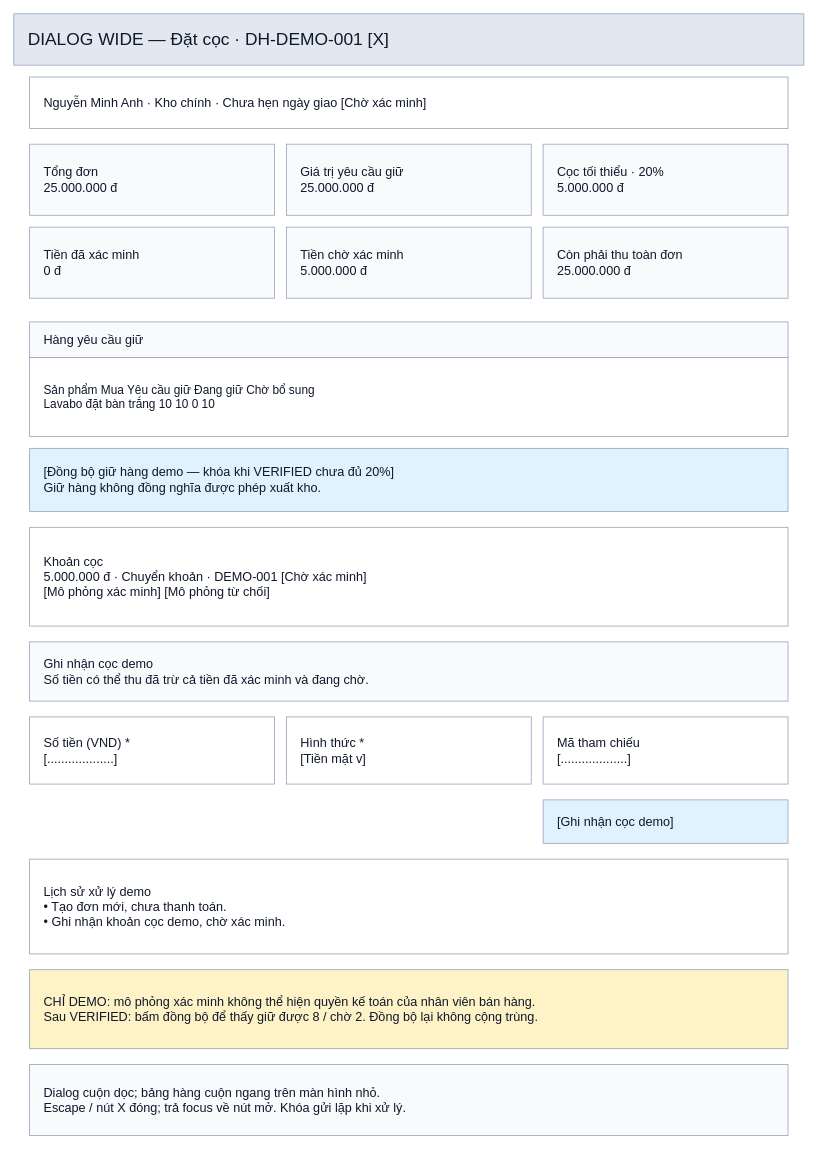
NamPham14/aquasuite-fe keeps this draw.io diagram as page "03 · Chi tiết cọc và giữ hàng" (3 of 6) of docs/specifications/FE-UC29-DEMO.drawio. Above is the earlier version. Source tidied: cells renumbered, new cells numbered last; positions are measured from the earlier drawing's top-left corner, leaving out a move shared by most shapes. Both pictures are drawn from the tidied source at 79%, with x=0, y=0 at pixel (13, 13).
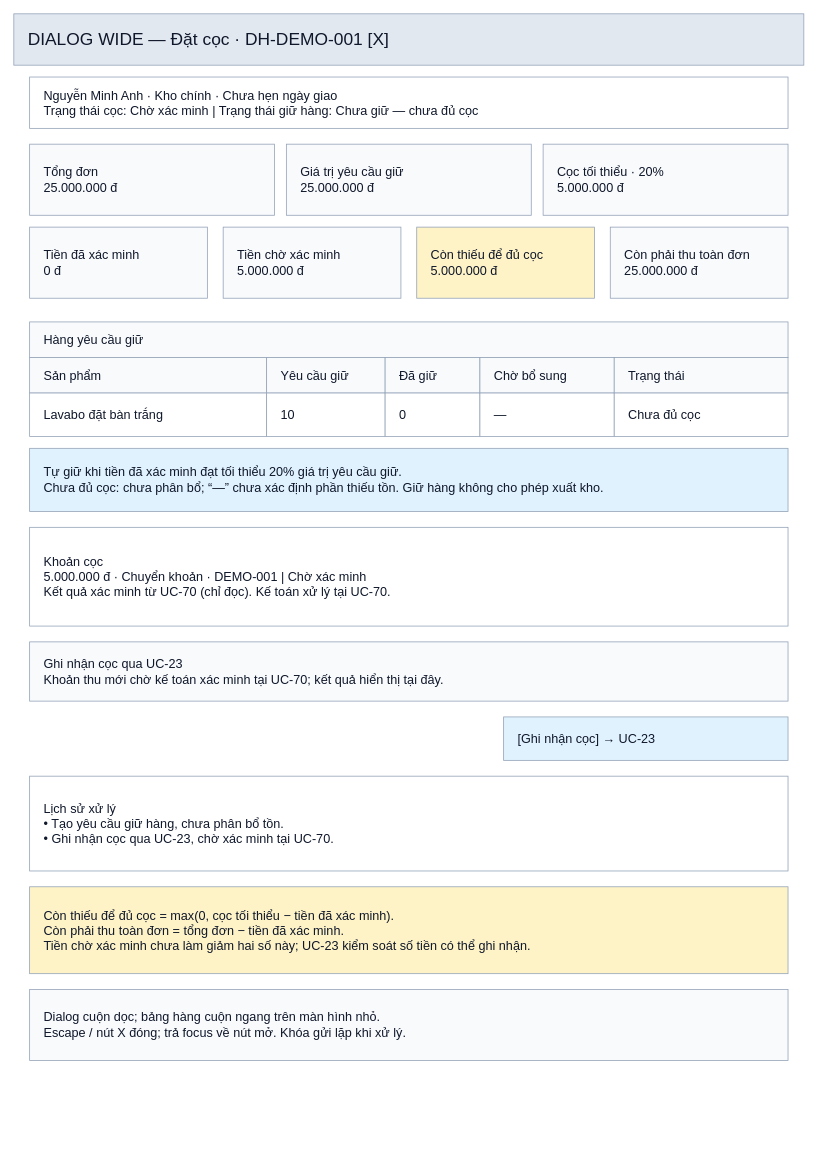
The same page after the edit.

What changed in the source:
```diff
@@
-    <mxCell id="3" value="Nguyễn Minh Anh · Kho chính · Chưa hẹn ngày giao                  [Chờ xác minh]" style="rounded=0;whiteSpace=wrap;html=0;fillColor=#ffffff;strokeColor=#94a3b8;fontColor=#0f172a;fontSize=16;align=left;verticalAlign=middle;spacingLeft=16;spacingRight=12;" parent="1" vertex="1">
+    <mxCell id="3" value="Nguyễn Minh Anh · Kho chính · Chưa hẹn ngày giao&#10;Trạng thái cọc: Chờ xác minh   |   Trạng thái giữ hàng: Chưa giữ — chưa đủ cọc" style="rounded=0;whiteSpace=wrap;html=0;fillColor=#ffffff;strokeColor=#94a3b8;fontColor=#0f172a;fontSize=16;align=left;verticalAlign=middle;spacingLeft=16;spacingRight=12;" parent="1" vertex="1">
       <mxGeometry x="20" y="80" width="960" height="65" as="geometry" />
     </mxCell>
@@
     <mxCell id="7" value="Tiền đã xác minh&#10;0 đ" style="rounded=0;whiteSpace=wrap;html=0;fillColor=#f8fafc;strokeColor=#94a3b8;fontColor=#0f172a;fontSize=16;align=left;verticalAlign=middle;spacingLeft=16;spacingRight=12;" parent="1" vertex="1">
-      <mxGeometry x="20" y="270" width="310" height="90" as="geometry" />
+      <mxGeometry x="20" y="270" width="225" height="90" as="geometry" />
     </mxCell>
     <mxCell id="8" value="Tiền chờ xác minh&#10;5.000.000 đ" style="rounded=0;whiteSpace=wrap;html=0;fillColor=#f8fafc;strokeColor=#94a3b8;fontColor=#0f172a;fontSize=16;align=left;verticalAlign=middle;spacingLeft=16;spacingRight=12;" parent="1" vertex="1">
-      <mxGeometry x="345" y="270" width="310" height="90" as="geometry" />
+      <mxGeometry x="265" y="270" width="225" height="90" as="geometry" />
     </mxCell>
     <mxCell id="9" value="Còn phải thu toàn đơn&#10;25.000.000 đ" style="rounded=0;whiteSpace=wrap;html=0;fillColor=#f8fafc;strokeColor=#94a3b8;fontColor=#0f172a;fontSize=16;align=left;verticalAlign=middle;spacingLeft=16;spacingRight=12;" parent="1" vertex="1">
-      <mxGeometry x="670" y="270" width="310" height="90" as="geometry" />
+      <mxGeometry x="755" y="270" width="225" height="90" as="geometry" />
     </mxCell>
@@
-    <mxCell id="11" value="Sản phẩm                       Mua         Yêu cầu giữ         Đang giữ         Chờ bổ sung&#10;Lavabo đặt bàn trắng           10          10                  0                 10" style="rounded=0;whiteSpace=wrap;html=0;fillColor=#ffffff;strokeColor=#94a3b8;fontColor=#0f172a;fontSize=15;align=left;verticalAlign=middle;spacingLeft=16;spacingRight=12;" parent="1" vertex="1">
-      <mxGeometry x="20" y="435" width="960" height="100" as="geometry" />
-    </mxCell>
-    <mxCell id="12" value="[Đồng bộ giữ hàng demo — khóa khi VERIFIED chưa đủ 20%]&#10;Giữ hàng không đồng nghĩa được phép xuất kho." style="rounded=0;whiteSpace=wrap;html=0;fillColor=#e0f2fe;strokeColor=#94a3b8;fontColor=#0f172a;fontSize=16;align=left;verticalAlign=middle;spacingLeft=16;spacingRight=12;" parent="1" vertex="1">
+    <mxCell id="12" value="Tự giữ khi tiền đã xác minh đạt tối thiểu 20% giá trị yêu cầu giữ.&#10;Chưa đủ cọc: chưa phân bổ; “—” chưa xác định phần thiếu tồn. Giữ hàng không cho phép xuất kho." style="rounded=0;whiteSpace=wrap;html=0;fillColor=#e0f2fe;strokeColor=#94a3b8;fontColor=#0f172a;fontSize=16;align=left;verticalAlign=middle;spacingLeft=16;spacingRight=12;" parent="1" vertex="1">
       <mxGeometry x="20" y="550" width="960" height="80" as="geometry" />
     </mxCell>
-    <mxCell id="13" value="Khoản cọc&#10;5.000.000 đ · Chuyển khoản · DEMO-001                  [Chờ xác minh]&#10;[Mô phỏng xác minh]       [Mô phỏng từ chối]" style="rounded=0;whiteSpace=wrap;html=0;fillColor=#ffffff;strokeColor=#94a3b8;fontColor=#0f172a;fontSize=16;align=left;verticalAlign=middle;spacingLeft=16;spacingRight=12;" parent="1" vertex="1">
+    <mxCell id="13" value="Khoản cọc&#10;5.000.000 đ · Chuyển khoản · DEMO-001   |   Chờ xác minh&#10;Kết quả xác minh từ UC-70 (chỉ đọc). Kế toán xử lý tại UC-70." style="rounded=0;whiteSpace=wrap;html=0;fillColor=#ffffff;strokeColor=#94a3b8;fontColor=#0f172a;fontSize=16;align=left;verticalAlign=middle;spacingLeft=16;spacingRight=12;" parent="1" vertex="1">
       <mxGeometry x="20" y="650" width="960" height="125" as="geometry" />
     </mxCell>
-    <mxCell id="14" value="Ghi nhận cọc demo&#10;Số tiền có thể thu đã trừ cả tiền đã xác minh và đang chờ." style="rounded=0;whiteSpace=wrap;html=0;fillColor=#f8fafc;strokeColor=#94a3b8;fontColor=#0f172a;fontSize=16;align=left;verticalAlign=middle;spacingLeft=16;spacingRight=12;" parent="1" vertex="1">
+    <mxCell id="14" value="Ghi nhận cọc qua UC-23&#10;Khoản thu mới chờ kế toán xác minh tại UC-70; kết quả hiển thị tại đây." style="rounded=0;whiteSpace=wrap;html=0;fillColor=#f8fafc;strokeColor=#94a3b8;fontColor=#0f172a;fontSize=16;align=left;verticalAlign=middle;spacingLeft=16;spacingRight=12;" parent="1" vertex="1">
       <mxGeometry x="20" y="795" width="960" height="75" as="geometry" />
     </mxCell>
-    <mxCell id="15" value="Số tiền (VND) *&#10;[...................]" style="rounded=0;whiteSpace=wrap;html=0;fillColor=#ffffff;strokeColor=#94a3b8;fontColor=#0f172a;fontSize=16;align=left;verticalAlign=middle;spacingLeft=16;spacingRight=12;" parent="1" vertex="1">
-      <mxGeometry x="20" y="890" width="310" height="85" as="geometry" />
-    </mxCell>
-    <mxCell id="16" value="Hình thức *&#10;[Tiền mặt v]" style="rounded=0;whiteSpace=wrap;html=0;fillColor=#ffffff;strokeColor=#94a3b8;fontColor=#0f172a;fontSize=16;align=left;verticalAlign=middle;spacingLeft=16;spacingRight=12;" parent="1" vertex="1">
-      <mxGeometry x="345" y="890" width="310" height="85" as="geometry" />
-    </mxCell>
-    <mxCell id="17" value="Mã tham chiếu&#10;[...................]" style="rounded=0;whiteSpace=wrap;html=0;fillColor=#ffffff;strokeColor=#94a3b8;fontColor=#0f172a;fontSize=16;align=left;verticalAlign=middle;spacingLeft=16;spacingRight=12;" parent="1" vertex="1">
-      <mxGeometry x="670" y="890" width="310" height="85" as="geometry" />
-    </mxCell>
-    <mxCell id="18" value="[Ghi nhận cọc demo]" style="rounded=0;whiteSpace=wrap;html=0;fillColor=#e0f2fe;strokeColor=#94a3b8;fontColor=#0f172a;fontSize=16;align=left;verticalAlign=middle;spacingLeft=16;spacingRight=12;" parent="1" vertex="1">
-      <mxGeometry x="670" y="995" width="310" height="55" as="geometry" />
+    <mxCell id="18" value="[Ghi nhận cọc] → UC-23" style="rounded=0;whiteSpace=wrap;html=0;fillColor=#e0f2fe;strokeColor=#94a3b8;fontColor=#0f172a;fontSize=16;align=left;verticalAlign=middle;spacingLeft=16;spacingRight=12;" parent="1" vertex="1">
+      <mxGeometry x="620" y="890" width="360" height="55" as="geometry" />
     </mxCell>
-    <mxCell id="19" value="Lịch sử xử lý demo&#10;• Tạo đơn mới, chưa thanh toán.&#10;• Ghi nhận khoản cọc demo, chờ xác minh." style="rounded=0;whiteSpace=wrap;html=0;fillColor=#ffffff;strokeColor=#94a3b8;fontColor=#0f172a;fontSize=16;align=left;verticalAlign=middle;spacingLeft=16;spacingRight=12;" parent="1" vertex="1">
-      <mxGeometry x="20" y="1070" width="960" height="120" as="geometry" />
+    <mxCell id="19" value="Lịch sử xử lý&#10;• Tạo yêu cầu giữ hàng, chưa phân bổ tồn.&#10;• Ghi nhận cọc qua UC-23, chờ xác minh tại UC-70." style="rounded=0;whiteSpace=wrap;html=0;fillColor=#ffffff;strokeColor=#94a3b8;fontColor=#0f172a;fontSize=16;align=left;verticalAlign=middle;spacingLeft=16;spacingRight=12;" parent="1" vertex="1">
+      <mxGeometry x="20" y="965" width="960" height="120" as="geometry" />
     </mxCell>
-    <mxCell id="20" value="CHỈ DEMO: mô phỏng xác minh không thể hiện quyền kế toán của nhân viên bán hàng.&#10;Sau VERIFIED: bấm đồng bộ để thấy giữ được 8 / chờ 2. Đồng bộ lại không cộng trùng." style="rounded=0;whiteSpace=wrap;html=0;fillColor=#fef3c7;strokeColor=#94a3b8;fontColor=#0f172a;fontSize=16;align=left;verticalAlign=middle;spacingLeft=16;spacingRight=12;" parent="1" vertex="1">
-      <mxGeometry x="20" y="1210" width="960" height="100" as="geometry" />
+    <mxCell id="20" value="Còn thiếu để đủ cọc = max(0, cọc tối thiểu − tiền đã xác minh).&#10;Còn phải thu toàn đơn = tổng đơn − tiền đã xác minh.&#10;Tiền chờ xác minh chưa làm giảm hai số này; UC-23 kiểm soát số tiền có thể ghi nhận." style="rounded=0;whiteSpace=wrap;html=0;fillColor=#fef3c7;strokeColor=#94a3b8;fontColor=#0f172a;fontSize=16;align=left;verticalAlign=middle;spacingLeft=16;spacingRight=12;" parent="1" vertex="1">
+      <mxGeometry x="20" y="1105" width="960" height="110" as="geometry" />
     </mxCell>
     <mxCell id="21" value="Dialog cuộn dọc; bảng hàng cuộn ngang trên màn hình nhỏ.&#10;Escape / nút X đóng; trả focus về nút mở. Khóa gửi lặp khi xử lý." style="rounded=0;whiteSpace=wrap;html=0;fillColor=#f8fafc;strokeColor=#94a3b8;fontColor=#0f172a;fontSize=16;align=left;verticalAlign=middle;spacingLeft=16;spacingRight=12;" parent="1" vertex="1">
-      <mxGeometry x="20" y="1330" width="960" height="90" as="geometry" />
+      <mxGeometry x="20" y="1235" width="960" height="90" as="geometry" />
     </mxCell>
+    <mxCell id="22" value="Còn thiếu để đủ cọc&#10;5.000.000 đ" style="rounded=0;whiteSpace=wrap;html=0;fillColor=#fef3c7;strokeColor=#94a3b8;fontColor=#0f172a;fontSize=16;align=left;verticalAlign=middle;spacingLeft=16;spacingRight=12;" parent="1" vertex="1">
+      <mxGeometry x="510" y="270" width="225" height="90" as="geometry" />
+    </mxCell>
+    <mxCell id="23" value="Sản phẩm" style="rounded=0;whiteSpace=wrap;html=0;fillColor=#f8fafc;strokeColor=#94a3b8;fontColor=#0f172a;fontSize=16;align=left;verticalAlign=middle;spacingLeft=16;spacingRight=12;" parent="1" vertex="1">
+      <mxGeometry x="20" y="435" width="300" height="45" as="geometry" />
+    </mxCell>
+    <mxCell id="24" value="Lavabo đặt bàn trắng" style="rounded=0;whiteSpace=wrap;html=0;fillColor=#ffffff;strokeColor=#94a3b8;fontColor=#0f172a;fontSize=16;align=left;verticalAlign=middle;spacingLeft=16;spacingRight=12;" parent="1" vertex="1">
+      <mxGeometry x="20" y="480" width="300" height="55" as="geometry" />
+    </mxCell>
+    <mxCell id="25" value="Yêu cầu giữ" style="rounded=0;whiteSpace=wrap;html=0;fillColor=#f8fafc;strokeColor=#94a3b8;fontColor=#0f172a;fontSize=16;align=left;verticalAlign=middle;spacingLeft=16;spacingRight=12;" parent="1" vertex="1">
+      <mxGeometry x="320" y="435" width="150" height="45" as="geometry" />
+    </mxCell>
+    <mxCell id="26" value="10" style="rounded=0;whiteSpace=wrap;html=0;fillColor=#ffffff;strokeColor=#94a3b8;fontColor=#0f172a;fontSize=16;align=left;verticalAlign=middle;spacingLeft=16;spacingRight=12;" parent="1" vertex="1">
+      <mxGeometry x="320" y="480" width="150" height="55" as="geometry" />
+    </mxCell>
+    <mxCell id="27" value="Đã giữ" style="rounded=0;whiteSpace=wrap;html=0;fillColor=#f8fafc;strokeColor=#94a3b8;fontColor=#0f172a;fontSize=16;align=left;verticalAlign=middle;spacingLeft=16;spacingRight=12;" parent="1" vertex="1">
+      <mxGeometry x="470" y="435" width="120" height="45" as="geometry" />
+    </mxCell>
+    <mxCell id="28" value="0" style="rounded=0;whiteSpace=wrap;html=0;fillColor=#ffffff;strokeColor=#94a3b8;fontColor=#0f172a;fontSize=16;align=left;verticalAlign=middle;spacingLeft=16;spacingRight=12;" parent="1" vertex="1">
+      <mxGeometry x="470" y="480" width="120" height="55" as="geometry" />
+    </mxCell>
+    <mxCell id="29" value="Chờ bổ sung" style="rounded=0;whiteSpace=wrap;html=0;fillColor=#f8fafc;strokeColor=#94a3b8;fontColor=#0f172a;fontSize=16;align=left;verticalAlign=middle;spacingLeft=16;spacingRight=12;" parent="1" vertex="1">
+      <mxGeometry x="590" y="435" width="170" height="45" as="geometry" />
+    </mxCell>
+    <mxCell id="30" value="—" style="rounded=0;whiteSpace=wrap;html=0;fillColor=#ffffff;strokeColor=#94a3b8;fontColor=#0f172a;fontSize=16;align=left;verticalAlign=middle;spacingLeft=16;spacingRight=12;" parent="1" vertex="1">
+      <mxGeometry x="590" y="480" width="170" height="55" as="geometry" />
+    </mxCell>
+    <mxCell id="31" value="Trạng thái" style="rounded=0;whiteSpace=wrap;html=0;fillColor=#f8fafc;strokeColor=#94a3b8;fontColor=#0f172a;fontSize=16;align=left;verticalAlign=middle;spacingLeft=16;spacingRight=12;" parent="1" vertex="1">
+      <mxGeometry x="760" y="435" width="220" height="45" as="geometry" />
+    </mxCell>
+    <mxCell id="32" value="Chưa đủ cọc" style="rounded=0;whiteSpace=wrap;html=0;fillColor=#ffffff;strokeColor=#94a3b8;fontColor=#0f172a;fontSize=16;align=left;verticalAlign=middle;spacingLeft=16;spacingRight=12;" parent="1" vertex="1">
+      <mxGeometry x="760" y="480" width="220" height="55" as="geometry" />
+    </mxCell>
```
